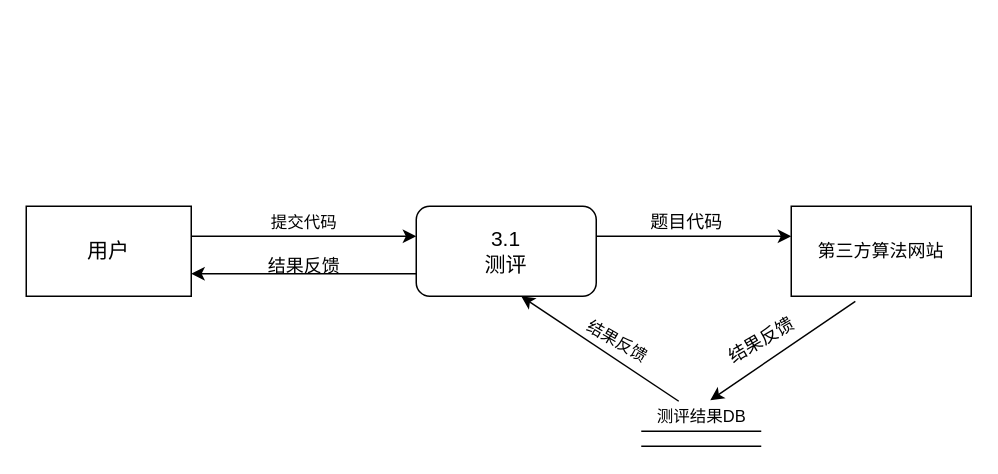
This is 分析文档/2.2题目测评.drawio from 12MegaA21/CodeCode, a draw.io file, before an edit. Source tidied: cells renumbered, new cells numbered last; positions are measured from the earlier drawing's top-left corner, leaving out a move shared by most shapes. Both pictures are drawn from the tidied source at 150%, with x=0, y=0 at pixel (26, 206).
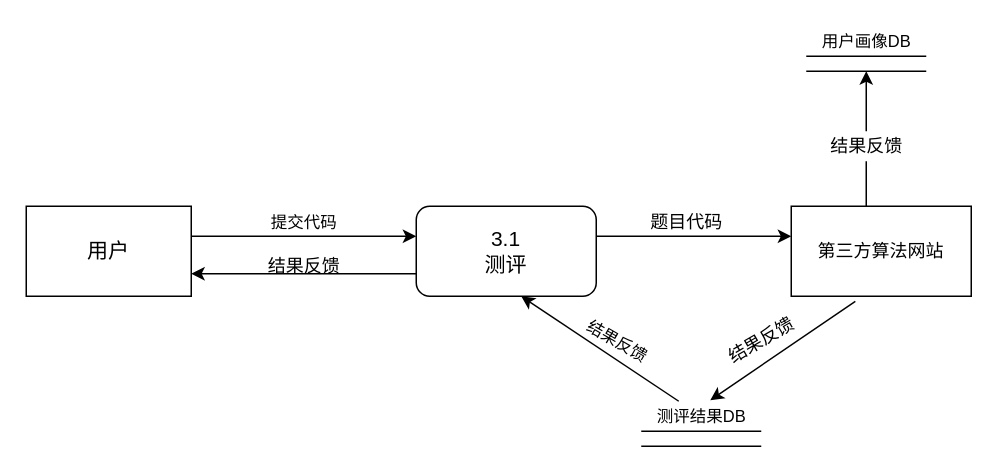
The same diagram, later.

Change to the diagram source:
```diff
@@
+    <mxCell id="19" style="endArrow=classic;html=1;rounded=0;startArrow=none;" parent="1" edge="1" source="24">
+      <mxGeometry relative="1" as="geometry">
+        <mxPoint x="560" y="-90" as="targetPoint" />
+      </mxGeometry>
+    </mxCell>
+    <mxCell id="20" style="group;" parent="1" vertex="1">
+      <mxGeometry x="520" y="-120" width="80" height="30" as="geometry" />
+    </mxCell>
+    <mxCell id="21" style="endArrow=none;html=1;rounded=0;fontSize=11;" parent="20" edge="1">
+      <mxGeometry relative="1" as="geometry">
+        <mxPoint y="20" as="sourcePoint" />
+        <mxPoint x="80" y="20" as="targetPoint" />
+      </mxGeometry>
+    </mxCell>
+    <mxCell id="22" style="endArrow=none;html=1;rounded=0;fontSize=11;" parent="20" edge="1">
+      <mxGeometry relative="1" as="geometry">
+        <mxPoint y="30" as="sourcePoint" />
+        <mxPoint x="80" y="30" as="targetPoint" />
+      </mxGeometry>
+    </mxCell>
+    <mxCell id="23" value="用户画像DB" style="text;html=1;align=center;verticalAlign=middle;fillColor=none;strokeColor=none;rounded=0;fontSize=11;" parent="20" vertex="1">
+      <mxGeometry width="80" height="20" as="geometry" />
+    </mxCell>
+    <mxCell id="24" value="结果反馈" style="text;html=1;align=center;verticalAlign=middle;points=[];fillColor=none;strokeColor=none;rounded=0;fontSize=12;rotation=0;" parent="1" vertex="1">
+      <mxGeometry x="530" y="-50" width="60" height="20" as="geometry" />
+    </mxCell>
+    <mxCell id="25" style="endArrow=none;html=1;rounded=0;" parent="1" edge="1" target="24">
+      <mxGeometry relative="1" as="geometry">
+        <mxPoint x="560" as="sourcePoint" />
+      </mxGeometry>
+    </mxCell>
```
